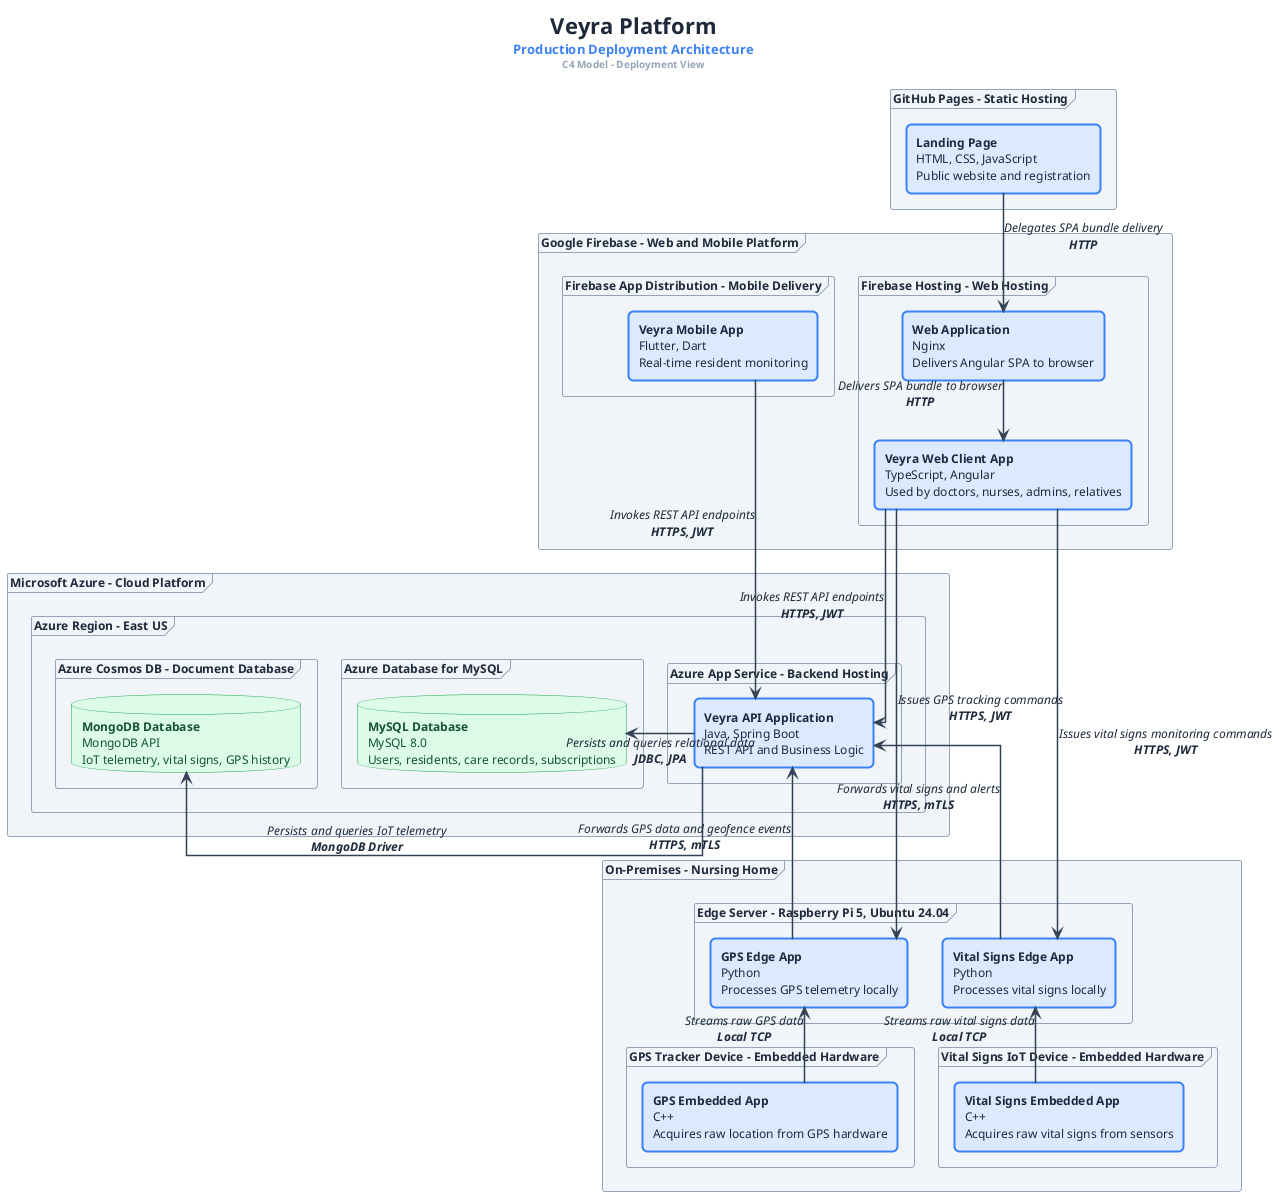
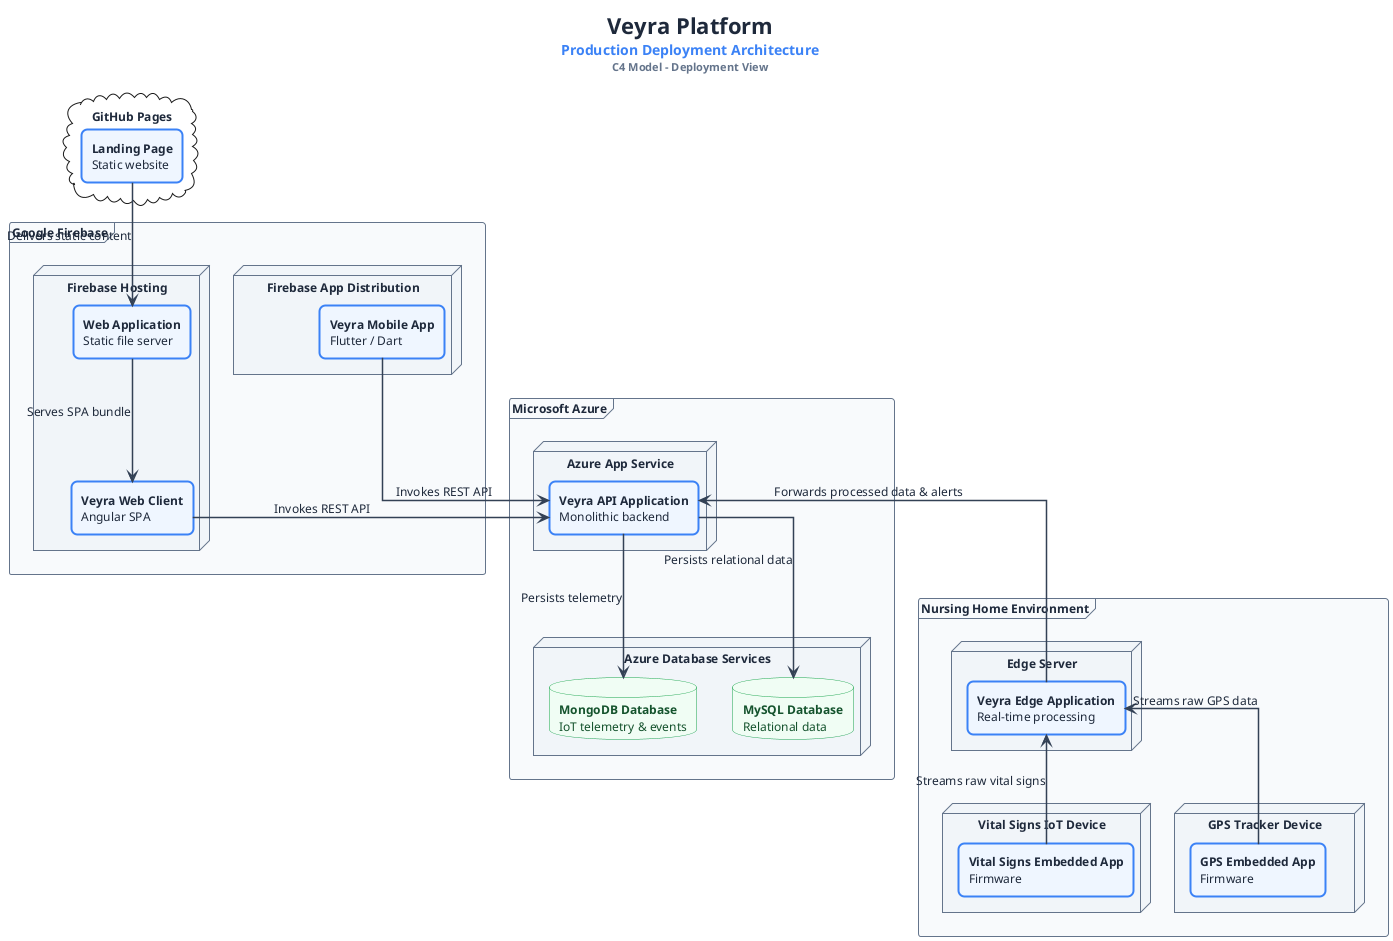
@startuml Veyra_Platform_Deployment

- skinparam BackgroundColor           #ffffff
- skinparam CanvasBorderColor         #ffffff
- skinparam ArrowColor                #334155
- skinparam ArrowFontColor            #475569
- skinparam ArrowFontSize             10
- skinparam ArrowThickness            1.5
- skinparam ArrowFontStyle            italic
- skinparam DefaultFontName           "Segoe UI"
- skinparam DefaultFontSize           12
- skinparam DefaultFontColor          #1e293b
- skinparam Shadowing                 false
- skinparam linetype                  ortho
+ skinparam BackgroundColor #ffffff
+ skinparam CanvasBorderColor #ffffff
+ skinparam ArrowColor #334155
+ skinparam ArrowFontColor #475569
+ skinparam ArrowFontSize 10
+ skinparam ArrowThickness 1.5
+ skinparam DefaultFontName "Segoe UI"
+ skinparam DefaultFontSize 12
+ skinparam DefaultFontColor #1e293b
+ skinparam Shadowing false
+ skinparam linetype ortho

skinparam rectangle {
-   BorderThickness  2
-   RoundCorner      10
-   BorderColor      #3b82f6
-   BackgroundColor  #dbeafe
-   FontColor        #1e293b
+   BorderThickness 2
+   RoundCorner 12
+   BorderColor #3b82f6
+   BackgroundColor #eff6ff
+   FontColor #1e293b
}

skinparam database {
-   BorderColor      #16a34a
-   BackgroundColor  #dcfce7
-   FontColor        #14532d
+   BorderColor #16a34a
+   BackgroundColor #f0fdf4
+   FontColor #14532d
}

skinparam frame {
-   BorderColor      #94a3b8
-   BackgroundColor  #f1f5f9
-   FontColor        #1e293b
+   BorderColor #64748b
+   BackgroundColor #f8fafc
+   FontColor #1e293b
}

- skinparam note {
-   BorderColor      #cbd5e1
-   BackgroundColor  #f8fafc
-   FontColor        #475569
-   FontSize         10
+ skinparam node {
+   BorderColor #64748b
+   BackgroundColor #f1f5f9
+   FontColor #1e293b
}

title
- <size:22><b><color:#1e293b>Veyra Platform</color></b></size>
- <size:13><color:#3b82f6>Production Deployment Architecture</color></size>
- <size:10><color:#94a3b8>C4 Model - Deployment View</color></size>
+   <size:22><b>Veyra Platform</b></size>
+   <size:14><color:#3b82f6>Production Deployment Architecture</color></size>
+   <size:11><color:#64748b>C4 Model - Deployment View</color></size>
end title

- ' ── GITHUB PAGES ──────────────────────────────────────────────────
- frame "GitHub Pages - Static Hosting" as githubPages {
-   rectangle "**Landing Page**\nHTML, CSS, JavaScript\nPublic website and registration" as landingPage
+ 
+ cloud "GitHub Pages" as githubPages {
+   rectangle "**Landing Page**\nStatic website" as landingPage
}

- ' ── GOOGLE FIREBASE ───────────────────────────────────────────────
- frame "Google Firebase - Web and Mobile Platform" as firebase {
- 
-   frame "Firebase Hosting - Web Hosting" as firebaseHosting {
-     rectangle "**Web Application**\nNginx\nDelivers Angular SPA to browser" as webApplication
-     rectangle "**Veyra Web Client App**\nTypeScript, Angular\nUsed by doctors, nurses, admins, relatives" as webClientApp
+ frame "Google Firebase" as firebase {
+   node "Firebase Hosting" as firebaseHosting {
+     rectangle "**Web Application**\nStatic file server" as webApplication
+     rectangle "**Veyra Web Client**\nAngular SPA" as webClientApp
  }

-   frame "Firebase App Distribution - Mobile Delivery" as firebaseDistribution {
-     rectangle "**Veyra Mobile App**\nFlutter, Dart\nReal-time resident monitoring" as mobileApp
+   node "Firebase App Distribution" as firebaseDistribution {
+     rectangle "**Veyra Mobile App**\nFlutter / Dart" as mobileApp
  }
}

- ' ── MICROSOFT AZURE ───────────────────────────────────────────────
- frame "Microsoft Azure - Cloud Platform" as azure {
+ frame "Microsoft Azure" as azure {
+   node "Azure App Service" as azureAppService {
+     rectangle "**Veyra API Application**\nMonolithic backend" as monolithBackend
+   }

-   frame "Azure Region - East US" as azureRegion {
- 
-     frame "Azure App Service - Backend Hosting" as azureAppService {
-       rectangle "**Veyra API Application**\nJava, Spring Boot\nREST API and Business Logic" as monolithBackend
-     }
- 
-     frame "Azure Database for MySQL" as azureMySQL {
-       database "**MySQL Database**\nMySQL 8.0\nUsers, residents, care records, subscriptions" as mysqlDB
-     }
- 
-     frame "Azure Cosmos DB - Document Database" as azureCosmos {
-       database "**MongoDB Database**\nMongoDB API\nIoT telemetry, vital signs, GPS history" as mongoDB
-     }
+   node "Azure Database Services" as azureDatabases {
+     database "**MySQL Database**\nRelational data" as mysqlDB
+     database "**MongoDB Database**\nIoT telemetry & events" as mongoDB
  }
}

- ' ── ON-PREMISES ───────────────────────────────────────────────────
- frame "On-Premises - Nursing Home" as onPremises {
- 
-   frame "Edge Server - Raspberry Pi 5, Ubuntu 24.04" as edgeServer {
-     rectangle "**Vital Signs Edge App**\nPython\nProcesses vital signs locally" as edgeApp
-     rectangle "**GPS Edge App**\nPython\nProcesses GPS telemetry locally" as edgeAppB
+ frame "Nursing Home Environment" as nursingHome {
+   node "Edge Server" as edgeServer {
+     rectangle "**Veyra Edge Application**\nReal-time processing" as edgeApp
  }

-   frame "Vital Signs IoT Device - Embedded Hardware" as iotVital {
-     rectangle "**Vital Signs Embedded App**\nC++\nAcquires raw vital signs from sensors" as embeddedApp
+   node "Vital Signs IoT Device" as vitalDevice {
+     rectangle "**Vital Signs Embedded App**\nFirmware" as embeddedVital
  }

-   frame "GPS Tracker Device - Embedded Hardware" as iotGPS {
-     rectangle "**GPS Embedded App**\nC++\nAcquires raw location from GPS hardware" as embeddedAppB
+   node "GPS Tracker Device" as gpsDevice {
+     rectangle "**GPS Embedded App**\nFirmware" as embeddedGPS
  }
}

- ' ── RELATIONSHIPS ─────────────────────────────────────────────────
- landingPage     -down->  webApplication  : Delegates SPA bundle delivery\n**HTTP**
- webApplication  -down->  webClientApp    : Delivers SPA bundle to browser\n**HTTP**
- webClientApp    -down->  monolithBackend : Invokes REST API endpoints\n**HTTPS, JWT**
- mobileApp       -down->  monolithBackend : Invokes REST API endpoints\n**HTTPS, JWT**
- monolithBackend -right-> mysqlDB         : Persists and queries relational data\n**JDBC, JPA**
- monolithBackend -right-> mongoDB         : Persists and queries IoT telemetry\n**MongoDB Driver**
- embeddedApp     -up->    edgeApp         : Streams raw vital signs data\n**Local TCP**
- embeddedAppB    -up->    edgeAppB        : Streams raw GPS data\n**Local TCP**
- edgeApp         -up->    monolithBackend : Forwards vital signs and alerts\n**HTTPS, mTLS**
- edgeAppB        -up->    monolithBackend : Forwards GPS data and geofence events\n**HTTPS, mTLS**
- webClientApp    -down->  edgeApp         : Issues vital signs monitoring commands\n**HTTPS, JWT**
- webClientApp    -down->  edgeAppB        : Issues GPS tracking commands\n**HTTPS, JWT**
+ 
+ landingPage -down-> webApplication : Delivers static content
+ 
+ webApplication -down-> webClientApp : Serves SPA bundle
+ 
+ webClientApp -right-> monolithBackend : Invokes REST API
+ mobileApp -right-> monolithBackend : Invokes REST API
+ 
+ monolithBackend -down-> mysqlDB : Persists relational data
+ monolithBackend -down-> mongoDB : Persists telemetry
+ 
+ embeddedVital -up-> edgeApp : Streams raw vital signs
+ embeddedGPS -up-> edgeApp : Streams raw GPS data
+ 
+ edgeApp -up-> monolithBackend : Forwards processed data & alerts

@enduml